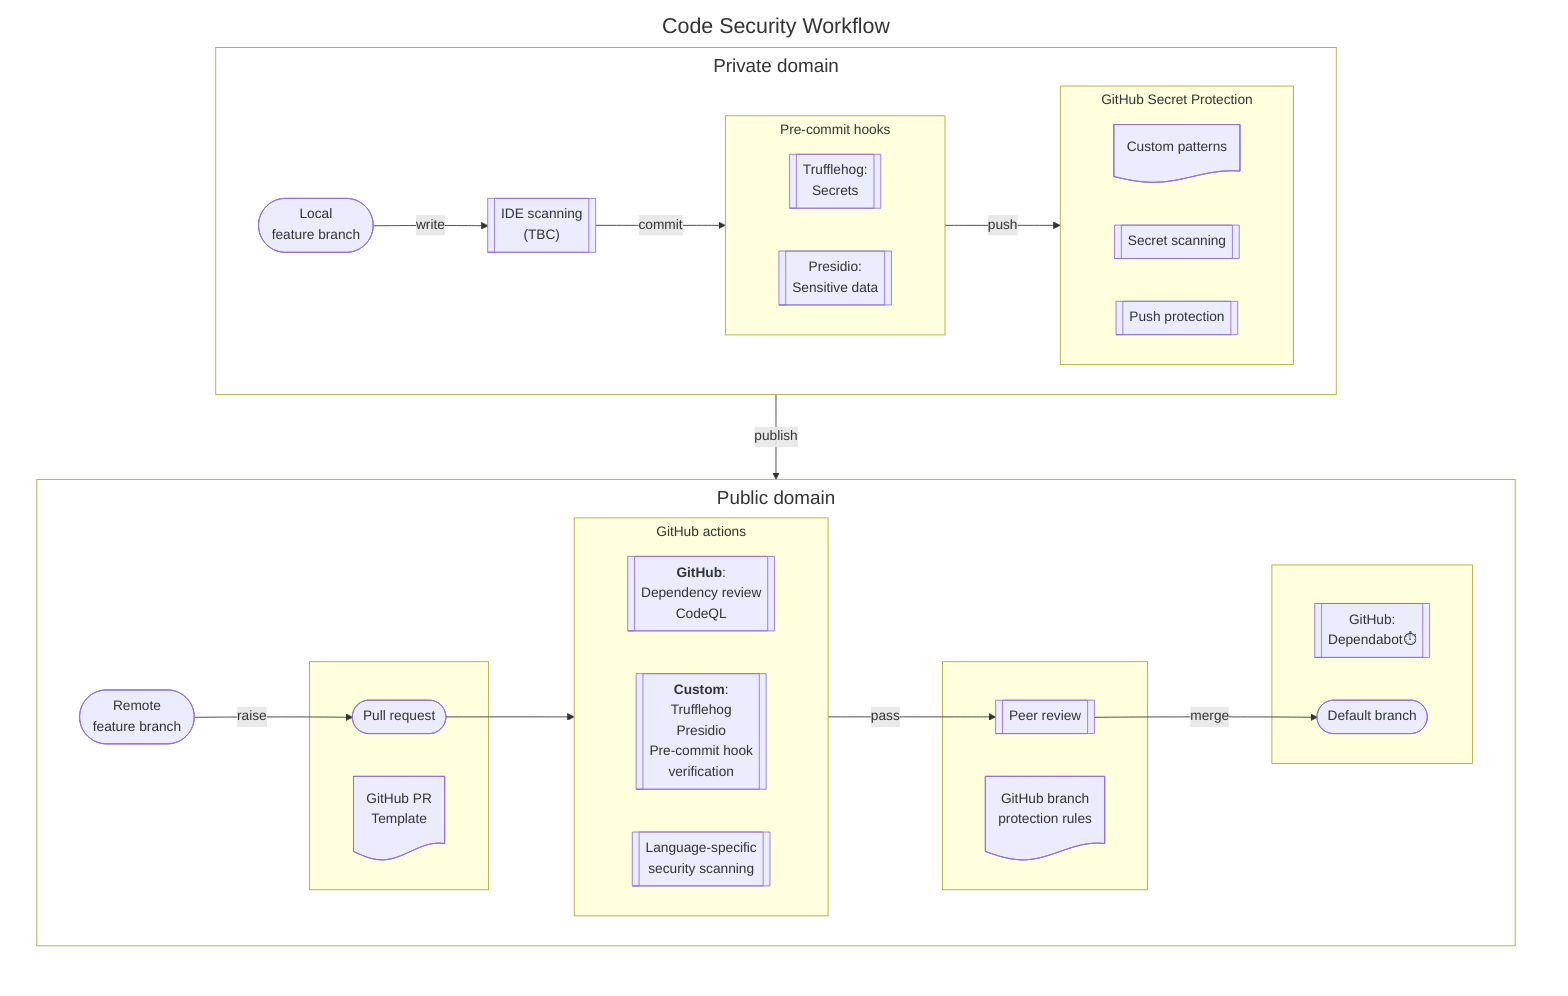
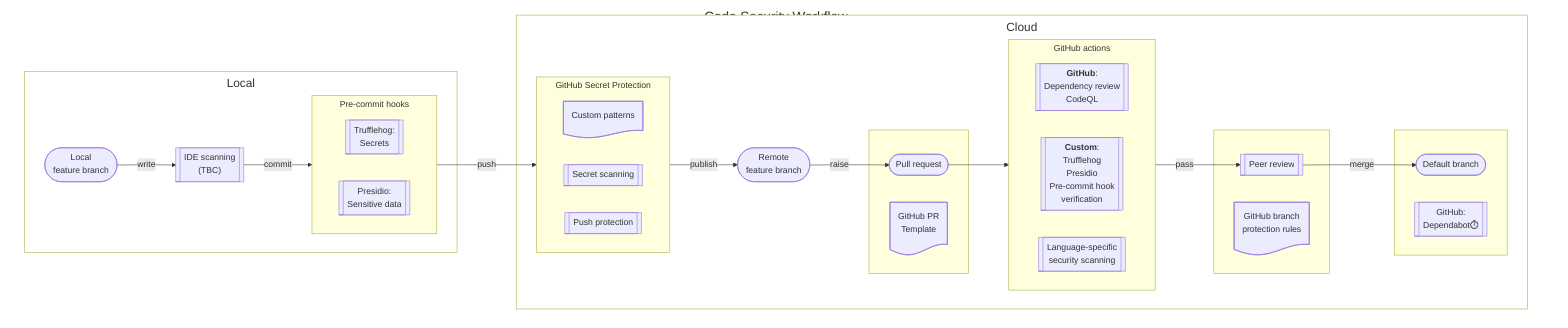
%%{
  init: {
    'flowchart': {
      'subGraphTitleMargin': { 'top': 5, 'bottom': 5 }
    }
  }
}%%
- flowchart LR
+ flowchart
 subgraph PCH["Pre-commit hooks"]
+       direction LR
        C[["Trufflehog: <br> Secrets"]]
        D[["Presidio: <br> Sensitive data"]]
  end
 subgraph GHA["GitHub actions"]
    direction LR
        n4[["`**GitHub**: <br> Dependency review <br> CodeQL`"]]
        n6[["`**Custom**: <br>Trufflehog <br> Presidio <br> Pre-commit hook <br>verification`"]]
        n14[["Language-specific <br>security scanning"]]
  end
-  subgraph private["Private domain"]
+  subgraph local["Local"]
        A(["Local <br>feature branch"])
        B[["IDE scanning <br> (TBC)"]]
        PCH
+ 
+   end
+  subgraph cloud["Cloud"]
        GHS["GHS"]
-   end
-  subgraph public["Public domain"]
        n3(["Remote <br> feature branch"])
        s5["s5"]
        GHA
        s6["s6"]
        s7["s7"]
  end
 subgraph s5[" "]
        n15@{ shape: doc, label: "GitHub PR <br>Template"}
        n9(["Pull request"])
  end
 subgraph s6[" "]
        n11@{ shape: doc, label: "GitHub branch <br>protection rules"}
        n10[["Peer review"]]
  end
 subgraph s7[" "]
        n13[["GitHub: <br>Dependabot⏱️"]]
        n12(["Default branch"])
  end
 subgraph GHS["GitHub Secret Protection"]
+       direction LR
        custom@{ shape: doc, label: "Custom patterns"}
        n2[["Secret scanning"]]
        push[["Push protection"]]
  end
 subgraph WF["Code Security Workflow"]
-       private
-       public
+       local
+       cloud
  end

    A -- write --> B
    B -- commit --> PCH
    PCH -- push --> GHS
-     private --publish--> public
+     GHS --publish--> n3
    GHA --pass--> n10
    n10 -- merge --> n12
    n3 -- raise --> n9
    n9 --> GHA

    classDef BiggerTitle font-size:22px,fill:white;
-     class public,private BiggerTitle;
+     class cloud,local BiggerTitle;
    classDef WFdef font-size:25px,fill:white,stroke:white;
    class WF WFdef;
